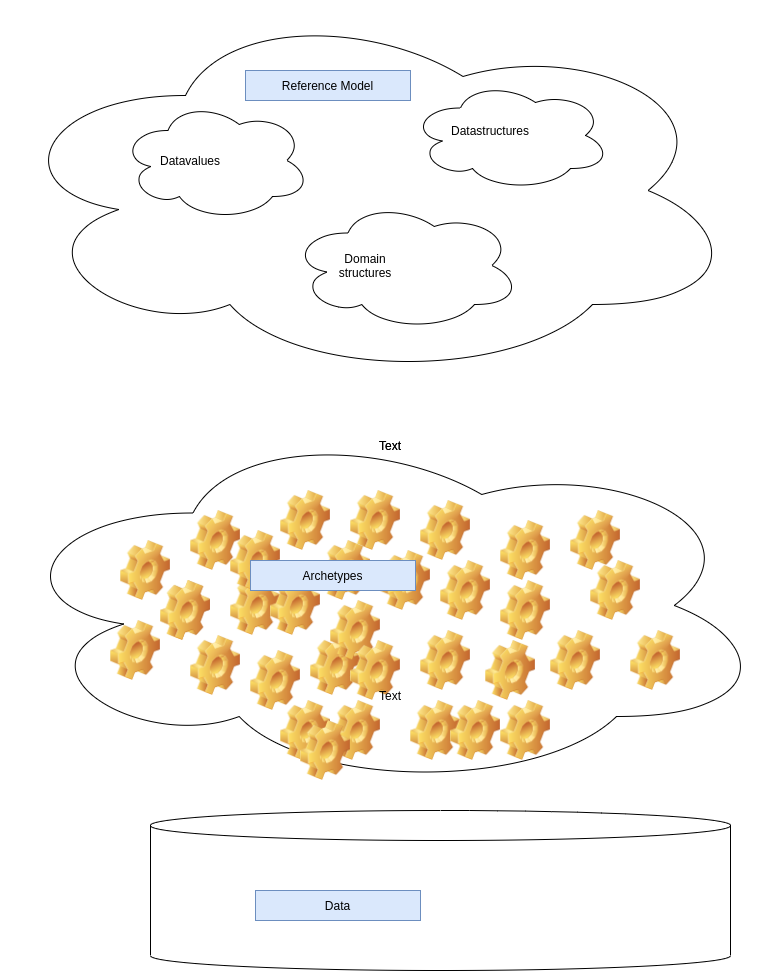
The draw.io diagram overview.png in bertverhees/semanticdatabase-doc, before a commit. Source tidied: cells renumbered, new cells last; positions are measured from the earlier drawing's top-left corner, leaving out a move shared by most shapes. Its diagram source:
```xml
<mxGraphModel>
  <root>
    <mxCell id="0" />
    <mxCell id="1" parent="0" />
    <mxCell id="2" style="ellipse;shape=cloud;whiteSpace=wrap;html=1;" parent="1" vertex="1">
      <mxGeometry width="740" height="380" as="geometry" />
    </mxCell>
    <mxCell id="3" style="ellipse;shape=cloud;whiteSpace=wrap;html=1;" parent="1" vertex="1">
      <mxGeometry x="120" y="100" width="190" height="120" as="geometry" />
    </mxCell>
    <mxCell id="4" style="ellipse;shape=cloud;whiteSpace=wrap;html=1;" parent="1" vertex="1">
      <mxGeometry x="290" y="200" width="230" height="130" as="geometry" />
    </mxCell>
    <mxCell id="5" style="ellipse;shape=cloud;whiteSpace=wrap;html=1;" parent="1" vertex="1">
      <mxGeometry x="410" y="80" width="200" height="110" as="geometry" />
    </mxCell>
    <mxCell id="6" style="ellipse;shape=cloud;whiteSpace=wrap;html=1;" parent="1" vertex="1">
      <mxGeometry y="420" width="770" height="370" as="geometry" />
    </mxCell>
    <mxCell id="7" style="shape=image;html=1;verticalLabelPosition=bottom;verticalAlign=top;imageAspect=0;image=img/clipart/Gear_128x128.png;" parent="1" vertex="1">
      <mxGeometry x="120" y="540" width="50" height="60" as="geometry" />
    </mxCell>
    <mxCell id="8" style="shape=image;html=1;verticalLabelPosition=bottom;verticalAlign=top;imageAspect=0;image=img/clipart/Gear_128x128.png;" parent="1" vertex="1">
      <mxGeometry x="190" y="510" width="50" height="60" as="geometry" />
    </mxCell>
    <mxCell id="9" style="shape=image;html=1;verticalLabelPosition=bottom;verticalAlign=top;imageAspect=0;image=img/clipart/Gear_128x128.png;" parent="1" vertex="1">
      <mxGeometry x="230" y="575" width="50" height="60" as="geometry" />
    </mxCell>
    <mxCell id="10" style="shape=image;html=1;verticalLabelPosition=bottom;verticalAlign=top;imageAspect=0;image=img/clipart/Gear_128x128.png;" parent="1" vertex="1">
      <mxGeometry x="160" y="580" width="50" height="60" as="geometry" />
    </mxCell>
    <mxCell id="11" style="shape=image;html=1;verticalLabelPosition=bottom;verticalAlign=top;imageAspect=0;image=img/clipart/Gear_128x128.png;" parent="1" vertex="1">
      <mxGeometry x="160" y="580" width="50" height="60" as="geometry" />
    </mxCell>
    <mxCell id="12" style="shape=image;html=1;verticalLabelPosition=bottom;verticalAlign=top;imageAspect=0;image=img/clipart/Gear_128x128.png;" parent="1" vertex="1">
      <mxGeometry x="110" y="620" width="50" height="60" as="geometry" />
    </mxCell>
    <mxCell id="13" style="shape=image;html=1;verticalLabelPosition=bottom;verticalAlign=top;imageAspect=0;image=img/clipart/Gear_128x128.png;" parent="1" vertex="1">
      <mxGeometry x="190" y="635" width="50" height="60" as="geometry" />
    </mxCell>
    <mxCell id="14" style="shape=image;html=1;verticalLabelPosition=bottom;verticalAlign=top;imageAspect=0;image=img/clipart/Gear_128x128.png;" parent="1" vertex="1">
      <mxGeometry x="230" y="530" width="50" height="60" as="geometry" />
    </mxCell>
    <mxCell id="15" style="shape=image;html=1;verticalLabelPosition=bottom;verticalAlign=top;imageAspect=0;image=img/clipart/Gear_128x128.png;" parent="1" vertex="1">
      <mxGeometry x="250" y="650" width="50" height="60" as="geometry" />
    </mxCell>
    <mxCell id="16" style="shape=image;html=1;verticalLabelPosition=bottom;verticalAlign=top;imageAspect=0;image=img/clipart/Gear_128x128.png;" parent="1" vertex="1">
      <mxGeometry x="270" y="575" width="50" height="60" as="geometry" />
    </mxCell>
    <mxCell id="17" style="shape=image;html=1;verticalLabelPosition=bottom;verticalAlign=top;imageAspect=0;image=img/clipart/Gear_128x128.png;" parent="1" vertex="1">
      <mxGeometry x="320" y="540" width="50" height="60" as="geometry" />
    </mxCell>
    <mxCell id="18" style="shape=image;html=1;verticalLabelPosition=bottom;verticalAlign=top;imageAspect=0;image=img/clipart/Gear_128x128.png;" parent="1" vertex="1">
      <mxGeometry x="280" y="490" width="50" height="60" as="geometry" />
    </mxCell>
    <mxCell id="19" style="shape=image;html=1;verticalLabelPosition=bottom;verticalAlign=top;imageAspect=0;image=img/clipart/Gear_128x128.png;" parent="1" vertex="1">
      <mxGeometry x="310" y="635" width="50" height="60" as="geometry" />
    </mxCell>
    <mxCell id="20" style="shape=image;html=1;verticalLabelPosition=bottom;verticalAlign=top;imageAspect=0;image=img/clipart/Gear_128x128.png;" parent="1" vertex="1">
      <mxGeometry x="330" y="600" width="50" height="60" as="geometry" />
    </mxCell>
    <mxCell id="21" style="shape=image;html=1;verticalLabelPosition=bottom;verticalAlign=top;imageAspect=0;image=img/clipart/Gear_128x128.png;" parent="1" vertex="1">
      <mxGeometry x="330" y="700" width="50" height="60" as="geometry" />
    </mxCell>
    <mxCell id="22" style="shape=image;html=1;verticalLabelPosition=bottom;verticalAlign=top;imageAspect=0;image=img/clipart/Gear_128x128.png;" parent="1" vertex="1">
      <mxGeometry x="350" y="640" width="50" height="60" as="geometry" />
    </mxCell>
    <mxCell id="23" style="shape=image;html=1;verticalLabelPosition=bottom;verticalAlign=top;imageAspect=0;image=img/clipart/Gear_128x128.png;" parent="1" vertex="1">
      <mxGeometry x="280" y="700" width="50" height="60" as="geometry" />
    </mxCell>
    <mxCell id="24" style="shape=image;html=1;verticalLabelPosition=bottom;verticalAlign=top;imageAspect=0;image=img/clipart/Gear_128x128.png;" parent="1" vertex="1">
      <mxGeometry x="420" y="630" width="50" height="60" as="geometry" />
    </mxCell>
    <mxCell id="25" style="shape=image;html=1;verticalLabelPosition=bottom;verticalAlign=top;imageAspect=0;image=img/clipart/Gear_128x128.png;" parent="1" vertex="1">
      <mxGeometry x="300" y="720" width="50" height="60" as="geometry" />
    </mxCell>
    <mxCell id="26" style="shape=image;html=1;verticalLabelPosition=bottom;verticalAlign=top;imageAspect=0;image=img/clipart/Gear_128x128.png;" parent="1" vertex="1">
      <mxGeometry x="350" y="490" width="50" height="60" as="geometry" />
    </mxCell>
    <mxCell id="27" style="shape=image;html=1;verticalLabelPosition=bottom;verticalAlign=top;imageAspect=0;image=img/clipart/Gear_128x128.png;" parent="1" vertex="1">
      <mxGeometry x="380" y="550" width="50" height="60" as="geometry" />
    </mxCell>
    <mxCell id="28" style="shape=image;html=1;verticalLabelPosition=bottom;verticalAlign=top;imageAspect=0;image=img/clipart/Gear_128x128.png;" parent="1" vertex="1">
      <mxGeometry x="440" y="560" width="50" height="60" as="geometry" />
    </mxCell>
    <mxCell id="29" style="shape=image;html=1;verticalLabelPosition=bottom;verticalAlign=top;imageAspect=0;image=img/clipart/Gear_128x128.png;" parent="1" vertex="1">
      <mxGeometry x="410" y="700" width="50" height="60" as="geometry" />
    </mxCell>
    <mxCell id="30" style="shape=image;html=1;verticalLabelPosition=bottom;verticalAlign=top;imageAspect=0;image=img/clipart/Gear_128x128.png;" parent="1" vertex="1">
      <mxGeometry x="420" y="500" width="50" height="60" as="geometry" />
    </mxCell>
    <mxCell id="31" style="shape=image;html=1;verticalLabelPosition=bottom;verticalAlign=top;imageAspect=0;image=img/clipart/Gear_128x128.png;" parent="1" vertex="1">
      <mxGeometry x="485" y="640" width="50" height="60" as="geometry" />
    </mxCell>
    <mxCell id="32" style="shape=image;html=1;verticalLabelPosition=bottom;verticalAlign=top;imageAspect=0;image=img/clipart/Gear_128x128.png;" parent="1" vertex="1">
      <mxGeometry x="500" y="580" width="50" height="60" as="geometry" />
    </mxCell>
    <mxCell id="33" style="shape=image;html=1;verticalLabelPosition=bottom;verticalAlign=top;imageAspect=0;image=img/clipart/Gear_128x128.png;" parent="1" vertex="1">
      <mxGeometry x="500" y="520" width="50" height="60" as="geometry" />
    </mxCell>
    <mxCell id="34" style="shape=image;html=1;verticalLabelPosition=bottom;verticalAlign=top;imageAspect=0;image=img/clipart/Gear_128x128.png;" parent="1" vertex="1">
      <mxGeometry x="550" y="630" width="50" height="60" as="geometry" />
    </mxCell>
    <mxCell id="35" style="shape=image;html=1;verticalLabelPosition=bottom;verticalAlign=top;imageAspect=0;image=img/clipart/Gear_128x128.png;" parent="1" vertex="1">
      <mxGeometry x="570" y="510" width="50" height="60" as="geometry" />
    </mxCell>
    <mxCell id="36" style="shape=image;html=1;verticalLabelPosition=bottom;verticalAlign=top;imageAspect=0;image=img/clipart/Gear_128x128.png;" parent="1" vertex="1">
      <mxGeometry x="590" y="560" width="50" height="60" as="geometry" />
    </mxCell>
    <mxCell id="37" style="shape=image;html=1;verticalLabelPosition=bottom;verticalAlign=top;imageAspect=0;image=img/clipart/Gear_128x128.png;" parent="1" vertex="1">
      <mxGeometry x="630" y="630" width="50" height="60" as="geometry" />
    </mxCell>
    <mxCell id="38" style="shape=image;html=1;verticalLabelPosition=bottom;verticalAlign=top;imageAspect=0;image=img/clipart/Gear_128x128.png;" parent="1" vertex="1">
      <mxGeometry x="500" y="700" width="50" height="60" as="geometry" />
    </mxCell>
    <mxCell id="39" style="shape=image;html=1;verticalLabelPosition=bottom;verticalAlign=top;imageAspect=0;image=img/clipart/Gear_128x128.png;" parent="1" vertex="1">
      <mxGeometry x="450" y="700" width="50" height="60" as="geometry" />
    </mxCell>
    <mxCell id="40" value="Text" style="text;html=1;strokeColor=none;fillColor=none;align=center;verticalAlign=middle;whiteSpace=wrap;rounded=0;" parent="1" vertex="1">
      <mxGeometry x="360" y="430" width="60" height="30" as="geometry" />
    </mxCell>
    <mxCell id="41" value="Datavalues" style="text;html=1;strokeColor=none;fillColor=none;align=center;verticalAlign=middle;whiteSpace=wrap;rounded=0;" parent="1" vertex="1">
      <mxGeometry x="160" y="145" width="60" height="30" as="geometry" />
    </mxCell>
    <mxCell id="42" value="Text" style="text;html=1;strokeColor=none;fillColor=none;align=center;verticalAlign=middle;whiteSpace=wrap;rounded=0;" parent="1" vertex="1">
      <mxGeometry x="360" y="430" width="60" height="30" as="geometry" />
    </mxCell>
    <mxCell id="43" value="Datastructures" style="text;html=1;strokeColor=none;fillColor=none;align=center;verticalAlign=middle;whiteSpace=wrap;rounded=0;" parent="1" vertex="1">
      <mxGeometry x="460" y="115" width="60" height="30" as="geometry" />
    </mxCell>
    <mxCell id="44" value="Domain structures" style="text;html=1;strokeColor=none;fillColor=none;align=center;verticalAlign=middle;whiteSpace=wrap;rounded=0;" parent="1" vertex="1">
      <mxGeometry x="335" y="250" width="60" height="30" as="geometry" />
    </mxCell>
    <mxCell id="45" value="Reference Model" style="text;html=1;strokeColor=#6c8ebf;fillColor=#dae8fc;align=center;verticalAlign=middle;whiteSpace=wrap;rounded=0;" parent="1" vertex="1">
      <mxGeometry x="245" y="70" width="165" height="30" as="geometry" />
    </mxCell>
    <mxCell id="46" value="Archetypes" style="text;html=1;strokeColor=#6c8ebf;fillColor=#dae8fc;align=center;verticalAlign=middle;whiteSpace=wrap;rounded=0;" parent="1" vertex="1">
      <mxGeometry x="250" y="560" width="165" height="30" as="geometry" />
    </mxCell>
    <mxCell id="47" style="shape=cylinder3;whiteSpace=wrap;html=1;boundedLbl=1;backgroundOutline=1;size=15;" parent="1" vertex="1">
      <mxGeometry x="150" y="810" width="580" height="160" as="geometry" />
    </mxCell>
    <mxCell id="48" value="Text" style="text;html=1;strokeColor=none;fillColor=none;align=center;verticalAlign=middle;whiteSpace=wrap;rounded=0;" parent="1" vertex="1">
      <mxGeometry x="360" y="680" width="60" height="30" as="geometry" />
    </mxCell>
    <mxCell id="49" value="Data" style="text;html=1;strokeColor=#6c8ebf;fillColor=#dae8fc;align=center;verticalAlign=middle;whiteSpace=wrap;rounded=0;" parent="1" vertex="1">
      <mxGeometry x="255" y="890" width="165" height="30" as="geometry" />
    </mxCell>
  </root>
</mxGraphModel>
```
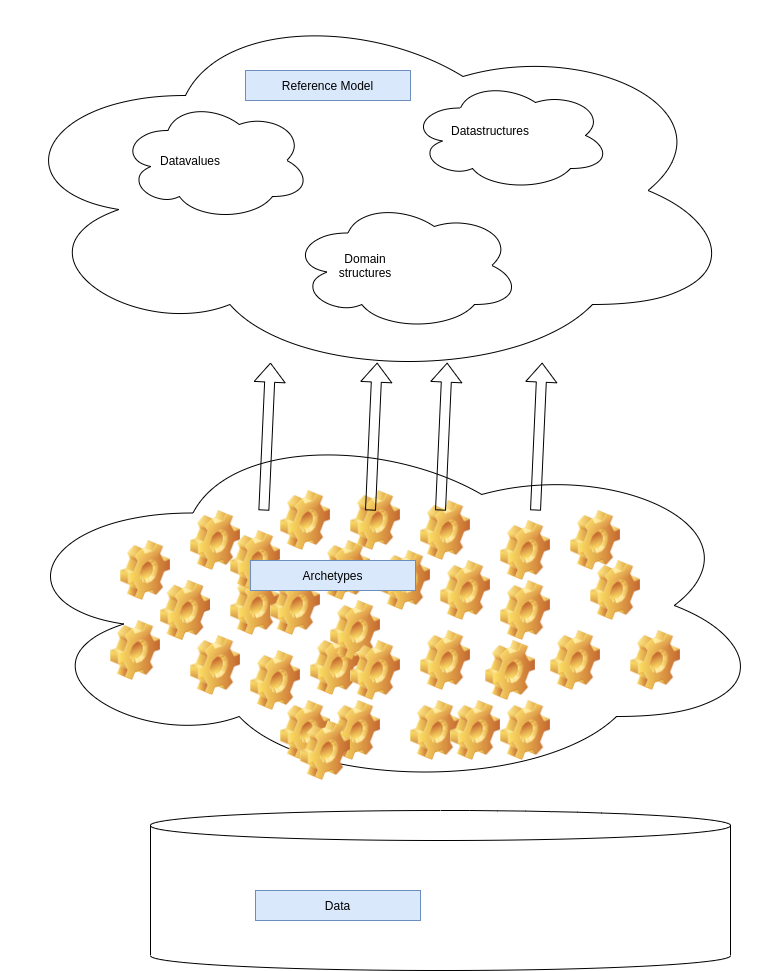
Later version of the same file.

The edit, as a diff of the source:
```diff
@@ -116,15 +116,9 @@
     <mxCell id="39" style="shape=image;html=1;verticalLabelPosition=bottom;verticalAlign=top;imageAspect=0;image=img/clipart/Gear_128x128.png;" parent="1" vertex="1">
       <mxGeometry x="450" y="700" width="50" height="60" as="geometry" />
     </mxCell>
-    <mxCell id="40" value="Text" style="text;html=1;strokeColor=none;fillColor=none;align=center;verticalAlign=middle;whiteSpace=wrap;rounded=0;" parent="1" vertex="1">
-      <mxGeometry x="360" y="430" width="60" height="30" as="geometry" />
-    </mxCell>
     <mxCell id="41" value="Datavalues" style="text;html=1;strokeColor=none;fillColor=none;align=center;verticalAlign=middle;whiteSpace=wrap;rounded=0;" parent="1" vertex="1">
       <mxGeometry x="160" y="145" width="60" height="30" as="geometry" />
     </mxCell>
-    <mxCell id="42" value="Text" style="text;html=1;strokeColor=none;fillColor=none;align=center;verticalAlign=middle;whiteSpace=wrap;rounded=0;" parent="1" vertex="1">
-      <mxGeometry x="360" y="430" width="60" height="30" as="geometry" />
-    </mxCell>
     <mxCell id="43" value="Datastructures" style="text;html=1;strokeColor=none;fillColor=none;align=center;verticalAlign=middle;whiteSpace=wrap;rounded=0;" parent="1" vertex="1">
       <mxGeometry x="460" y="115" width="60" height="30" as="geometry" />
     </mxCell>
@@ -140,11 +134,31 @@
     <mxCell id="47" style="shape=cylinder3;whiteSpace=wrap;html=1;boundedLbl=1;backgroundOutline=1;size=15;" parent="1" vertex="1">
       <mxGeometry x="150" y="810" width="580" height="160" as="geometry" />
     </mxCell>
-    <mxCell id="48" value="Text" style="text;html=1;strokeColor=none;fillColor=none;align=center;verticalAlign=middle;whiteSpace=wrap;rounded=0;" parent="1" vertex="1">
-      <mxGeometry x="360" y="680" width="60" height="30" as="geometry" />
-    </mxCell>
     <mxCell id="49" value="Data" style="text;html=1;strokeColor=#6c8ebf;fillColor=#dae8fc;align=center;verticalAlign=middle;whiteSpace=wrap;rounded=0;" parent="1" vertex="1">
       <mxGeometry x="255" y="890" width="165" height="30" as="geometry" />
     </mxCell>
+    <mxCell id="50" style="shape=flexArrow;endArrow=classic;html=1;rounded=0;entryX=0.509;entryY=0.953;entryDx=0;entryDy=0;entryPerimeter=0;" parent="1" edge="1" target="2">
+      <mxGeometry relative="1" as="geometry">
+        <mxPoint x="370" y="510" as="sourcePoint" />
+      </mxGeometry>
+    </mxCell>
+    <mxCell id="51" style="shape=flexArrow;endArrow=classic;html=1;rounded=0;entryX=0.509;entryY=0.953;entryDx=0;entryDy=0;entryPerimeter=0;" parent="1" edge="1">
+      <mxGeometry relative="1" as="geometry">
+        <mxPoint x="440" y="510" as="sourcePoint" />
+        <mxPoint x="446.7" y="362.1" as="targetPoint" />
+      </mxGeometry>
+    </mxCell>
+    <mxCell id="52" style="shape=flexArrow;endArrow=classic;html=1;rounded=0;entryX=0.509;entryY=0.953;entryDx=0;entryDy=0;entryPerimeter=0;" parent="1" edge="1">
+      <mxGeometry relative="1" as="geometry">
+        <mxPoint x="535" y="510" as="sourcePoint" />
+        <mxPoint x="541.7" y="362.1" as="targetPoint" />
+      </mxGeometry>
+    </mxCell>
+    <mxCell id="53" style="shape=flexArrow;endArrow=classic;html=1;rounded=0;entryX=0.509;entryY=0.953;entryDx=0;entryDy=0;entryPerimeter=0;" parent="1" edge="1">
+      <mxGeometry relative="1" as="geometry">
+        <mxPoint x="263.3" y="510" as="sourcePoint" />
+        <mxPoint x="270" y="362.1" as="targetPoint" />
+      </mxGeometry>
+    </mxCell>
   </root>
 </mxGraphModel>
```
